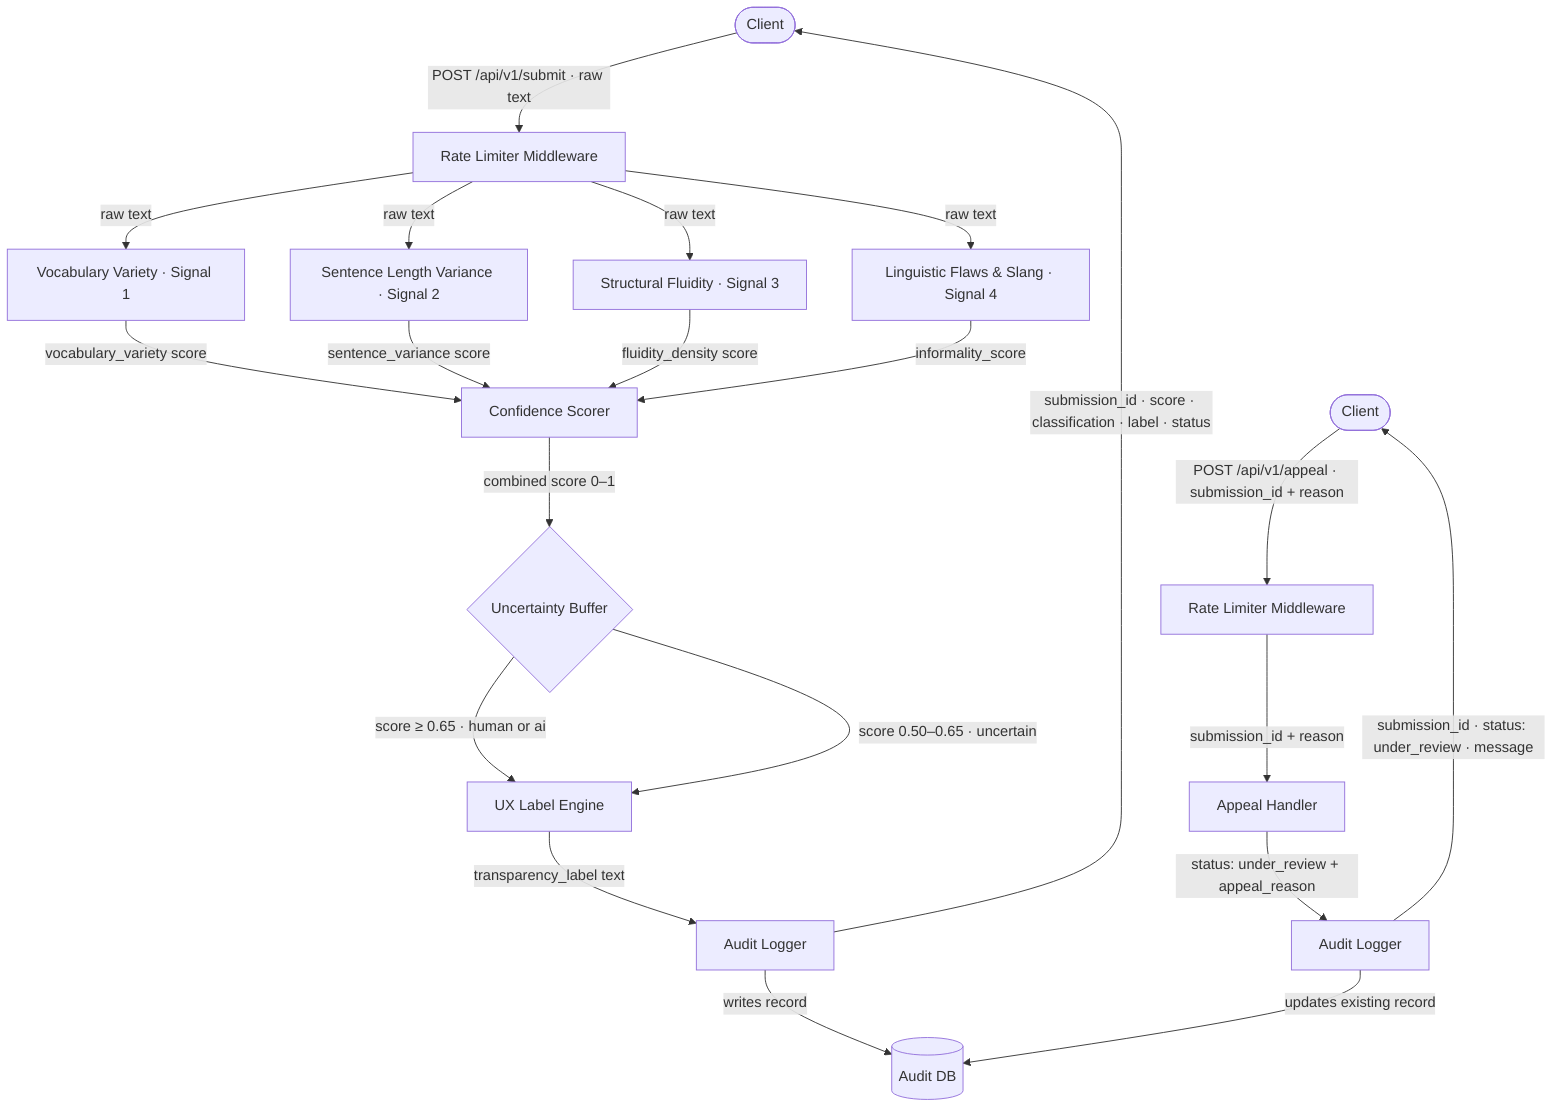
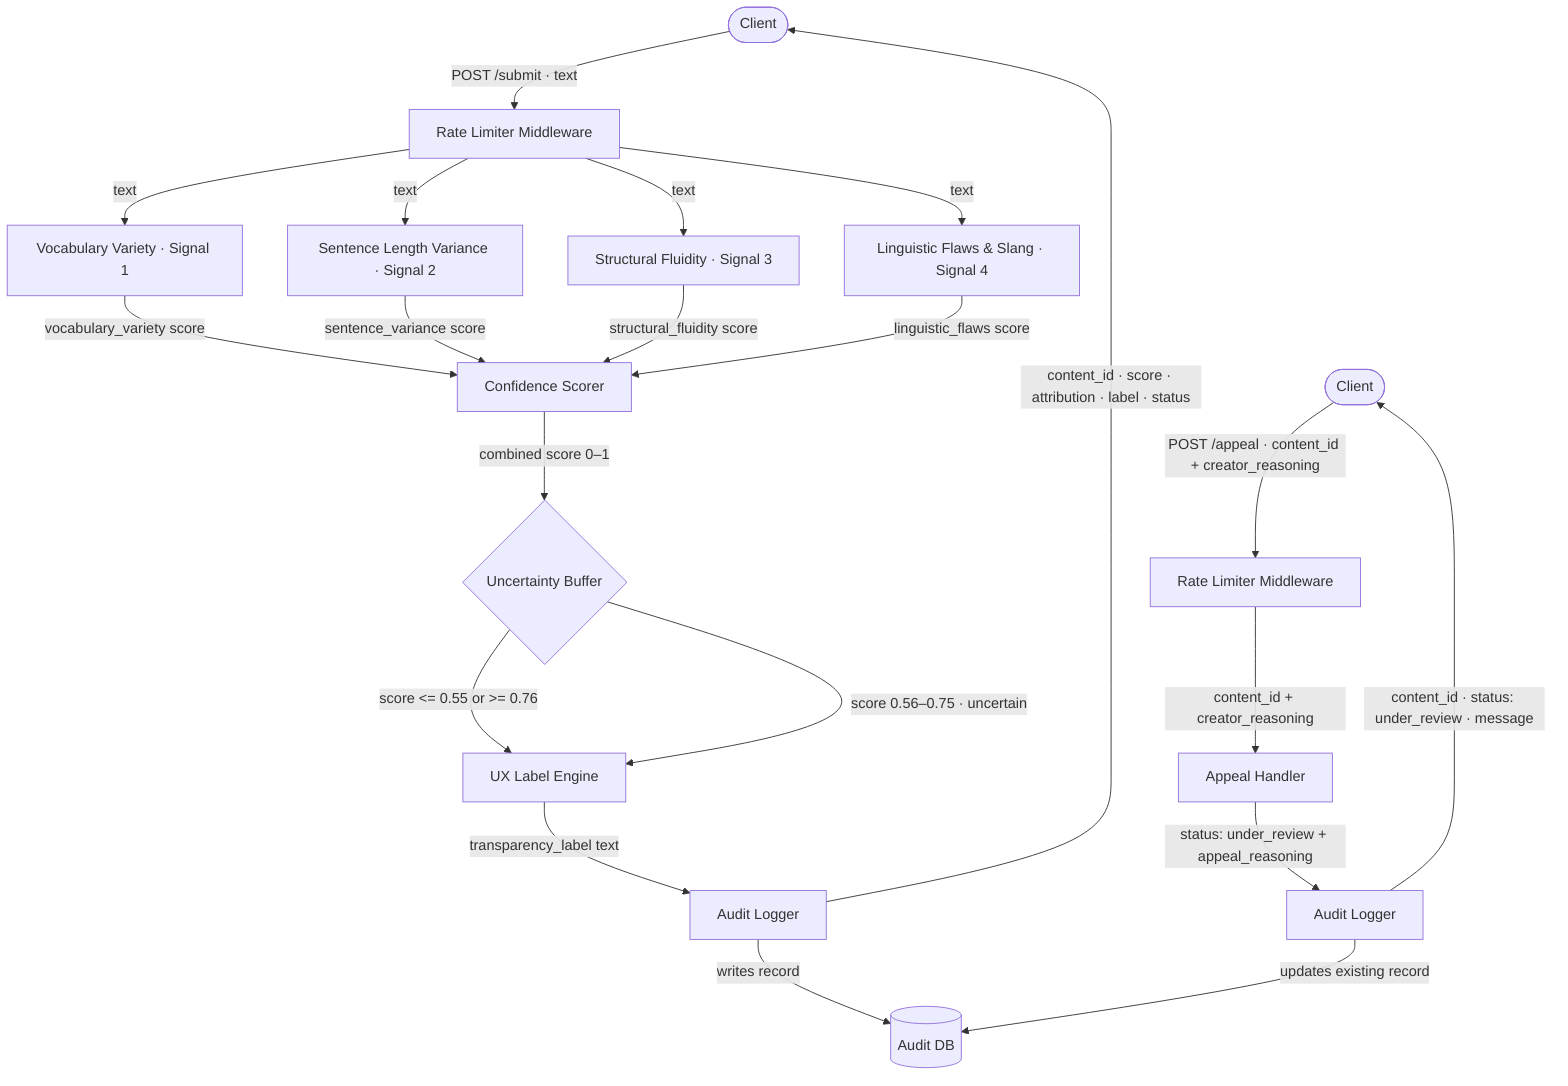
flowchart TD
-     A([Client]) -->|POST /api/v1/submit · raw text| B[Rate Limiter Middleware]
-     B -->|raw text| C[Vocabulary Variety · Signal 1]
-     B -->|raw text| D[Sentence Length Variance · Signal 2]
-     B -->|raw text| E[Structural Fluidity · Signal 3]
-     B -->|raw text| F[Linguistic Flaws & Slang · Signal 4]
+     A([Client]) -->|POST /submit · text| B[Rate Limiter Middleware]
+     B -->|text| C[Vocabulary Variety · Signal 1]
+     B -->|text| D[Sentence Length Variance · Signal 2]
+     B -->|text| E[Structural Fluidity · Signal 3]
+     B -->|text| F[Linguistic Flaws & Slang · Signal 4]

    C -->|vocabulary_variety score| G[Confidence Scorer]
    D -->|sentence_variance score| G
-     E -->|fluidity_density score| G
-     F -->|informality_score| G
+     E -->|structural_fluidity score| G
+     F -->|linguistic_flaws score| G

    G -->|combined score 0–1| H{Uncertainty Buffer}
-     H -->|score ≥ 0.65 · human or ai| I[UX Label Engine]
-     H -->|score 0.50–0.65 · uncertain| I
+     H -->|score <= 0.55 or >= 0.76| I[UX Label Engine]
+     H -->|score 0.56–0.75 · uncertain| I

    I -->|transparency_label text| J[Audit Logger]
    J -->|writes record| K[(Audit DB)]
-     J -->|submission_id · score · classification · label · status| A
+     J -->|content_id · score · attribution · label · status| A

-     A2([Client]) -->|POST /api/v1/appeal · submission_id + reason| L[Rate Limiter Middleware]
-     L -->|submission_id + reason| M[Appeal Handler]
-     M -->|status: under_review + appeal_reason| N[Audit Logger]
+     A2([Client]) -->|POST /appeal · content_id + creator_reasoning| L[Rate Limiter Middleware]
+     L -->|content_id + creator_reasoning| M[Appeal Handler]
+     M -->|status: under_review + appeal_reasoning| N[Audit Logger]
    N -->|updates existing record| K
-     N -->|submission_id · status: under_review · message| A2
- 
- 
+     N -->|content_id · status: under_review · message| A2